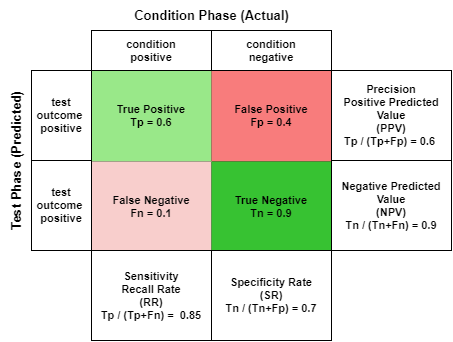
Earlier version of the draw.io export DrawIo/ConfusionMatrixMotDet.png (SmartDogHouse/Report). Source tidied: cells renumbered, new cells last; positions are measured from the earlier drawing's top-left corner, leaving out a move shared by most shapes. Its diagram source:
```xml
<mxGraphModel>
  <root>
    <mxCell id="0" />
    <mxCell id="1" parent="0" />
    <mxCell id="2" style="shape=table;html=1;whiteSpace=wrap;startSize=0;rounded=0;shadow=0;sketch=0;labelBackgroundColor=none;labelBorderColor=none;fillColor=none;fontStyle=1;strokeWidth=1;fontSize=11;" parent="1" vertex="1">
      <mxGeometry x="91" y="70" width="240" height="180" as="geometry" />
    </mxCell>
    <mxCell id="3" style="shape=partialRectangle;html=1;whiteSpace=wrap;top=0;left=0;bottom=0;right=0;labelBackgroundColor=none;labelBorderColor=none;fillColor=none;fontStyle=1;fontSize=11;" parent="2" vertex="1">
      <mxGeometry width="240" height="91" as="geometry" />
    </mxCell>
    <mxCell id="4" value="True Positive&lt;br style=&quot;font-size: 11px;&quot;&gt;Tp = 0.6" style="shape=partialRectangle;html=1;whiteSpace=wrap;top=0;left=0;bottom=0;right=0;overflow=hidden;sketch=0;labelBackgroundColor=none;labelBorderColor=none;strokeColor=#82b366;fontStyle=1;fontSize=11;fillColor=#99E889;" parent="3" vertex="1">
      <mxGeometry width="120" height="91" as="geometry" />
    </mxCell>
    <mxCell id="5" value="False Positive&lt;br style=&quot;font-size: 11px;&quot;&gt;Fp = 0.4" style="shape=partialRectangle;html=1;whiteSpace=wrap;top=0;left=0;bottom=0;right=0;overflow=hidden;labelBackgroundColor=none;labelBorderColor=none;strokeColor=#b85450;fontStyle=1;strokeWidth=1;fontSize=11;fillColor=#F87C7C;" parent="3" vertex="1">
      <mxGeometry x="120" width="120" height="91" as="geometry" />
    </mxCell>
    <mxCell id="6" style="shape=partialRectangle;html=1;whiteSpace=wrap;top=0;left=0;bottom=0;right=0;labelBackgroundColor=none;labelBorderColor=none;fillColor=none;fontStyle=1;fontSize=11;" parent="2" vertex="1">
      <mxGeometry y="91" width="240" height="89" as="geometry" />
    </mxCell>
    <mxCell id="7" value="False Negative&lt;br style=&quot;font-size: 11px;&quot;&gt;Fn = 0.1" style="shape=partialRectangle;html=1;whiteSpace=wrap;top=0;left=0;bottom=0;right=0;overflow=hidden;labelBackgroundColor=none;labelBorderColor=none;fillColor=#f8cecc;strokeColor=#b85450;fontStyle=1;fontSize=11;" parent="6" vertex="1">
      <mxGeometry width="120" height="89" as="geometry" />
    </mxCell>
    <mxCell id="8" value="True Negative&lt;br style=&quot;font-size: 11px;&quot;&gt;Tn = 0.9" style="shape=partialRectangle;html=1;whiteSpace=wrap;top=0;left=0;bottom=0;right=0;overflow=hidden;flipH=1;flipV=1;labelBackgroundColor=none;labelBorderColor=none;strokeColor=#82b366;fontStyle=1;fontSize=11;fillColor=#37C232;" parent="6" vertex="1">
      <mxGeometry x="120" width="120" height="89" as="geometry" />
    </mxCell>
    <mxCell id="9" value="Condition Phase (Actual)" style="text;strokeColor=none;fillColor=none;html=1;fontSize=13;fontStyle=1;verticalAlign=middle;align=center;rounded=0;shadow=0;labelBackgroundColor=none;sketch=0;" parent="1" vertex="1">
      <mxGeometry x="91" width="240" height="30" as="geometry" />
    </mxCell>
    <mxCell id="10" value="condition&lt;br style=&quot;font-size: 11px;&quot;&gt;positive" style="rounded=0;whiteSpace=wrap;html=1;shadow=0;labelBackgroundColor=none;sketch=0;strokeWidth=1;fillColor=none;perimeterSpacing=1;fontStyle=1;fontSize=11;" parent="1" vertex="1">
      <mxGeometry x="91" y="30" width="120" height="40" as="geometry" />
    </mxCell>
    <mxCell id="11" value="Test Phase (Predicted)" style="text;strokeColor=none;fillColor=none;html=1;fontSize=13;fontStyle=1;verticalAlign=middle;align=center;rounded=0;shadow=0;labelBackgroundColor=none;sketch=0;direction=north;horizontal=0;" parent="1" vertex="1">
      <mxGeometry y="70" width="31" height="180" as="geometry" />
    </mxCell>
    <mxCell id="12" value="condition&lt;br style=&quot;font-size: 11px;&quot;&gt;negative" style="rounded=0;whiteSpace=wrap;html=1;shadow=0;labelBackgroundColor=none;sketch=0;strokeWidth=1;fillColor=none;perimeterSpacing=1;fontStyle=1;fontSize=11;" parent="1" vertex="1">
      <mxGeometry x="211" y="30" width="120" height="40" as="geometry" />
    </mxCell>
    <mxCell id="13" value="test&lt;br style=&quot;font-size: 11px;&quot;&gt;outcome&amp;nbsp;&lt;br style=&quot;font-size: 11px;&quot;&gt;positive" style="rounded=0;whiteSpace=wrap;html=1;shadow=0;labelBackgroundColor=none;sketch=0;strokeWidth=1;fillColor=none;perimeterSpacing=1;fontStyle=1;fontSize=11;" parent="1" vertex="1">
      <mxGeometry x="31" y="70" width="60" height="90" as="geometry" />
    </mxCell>
    <mxCell id="14" value="test&lt;br style=&quot;font-size: 11px;&quot;&gt;outcome&amp;nbsp;&lt;br style=&quot;font-size: 11px;&quot;&gt;positive" style="rounded=0;whiteSpace=wrap;html=1;shadow=0;labelBackgroundColor=none;sketch=0;strokeWidth=1;fillColor=none;perimeterSpacing=1;fontStyle=1;fontSize=11;" parent="1" vertex="1">
      <mxGeometry x="31" y="160" width="60" height="90" as="geometry" />
    </mxCell>
    <mxCell id="15" value="Precision&lt;br style=&quot;font-size: 11px&quot;&gt;Positive Predicted Value&lt;br&gt;(PPV)&lt;br style=&quot;font-size: 11px&quot;&gt;Tp / (Tp+Fp) = 0.6&amp;nbsp;" style="rounded=0;whiteSpace=wrap;html=1;shadow=0;labelBackgroundColor=none;sketch=0;fontSize=11;strokeColor=#000000;strokeWidth=1;fillColor=none;fontStyle=1;" parent="1" vertex="1">
      <mxGeometry x="331" y="70" width="120" height="90" as="geometry" />
    </mxCell>
    <mxCell id="16" value="Negative Predicted Value&lt;br style=&quot;font-size: 11px;&quot;&gt;(NPV)&lt;br style=&quot;font-size: 11px;&quot;&gt;Tn / (Tn+Fn) = 0.9" style="rounded=0;whiteSpace=wrap;html=1;shadow=0;labelBackgroundColor=none;sketch=0;fontSize=11;strokeColor=#000000;strokeWidth=1;fillColor=none;fontStyle=1;" parent="1" vertex="1">
      <mxGeometry x="331" y="160" width="120" height="90" as="geometry" />
    </mxCell>
    <mxCell id="17" value="Sensitivity&lt;br style=&quot;font-size: 11px;&quot;&gt;Recall Rate&lt;br style=&quot;font-size: 11px;&quot;&gt;(RR)&lt;br style=&quot;font-size: 11px;&quot;&gt;Tp / (Tp+Fn) =&amp;nbsp; 0.85" style="rounded=0;whiteSpace=wrap;html=1;shadow=0;labelBackgroundColor=none;sketch=0;fontSize=11;strokeColor=#000000;strokeWidth=1;fillColor=none;fontStyle=1;" parent="1" vertex="1">
      <mxGeometry x="91" y="250" width="120" height="90" as="geometry" />
    </mxCell>
    <mxCell id="18" value="Specificity Rate&lt;br style=&quot;font-size: 11px;&quot;&gt;(SR)&lt;br style=&quot;font-size: 11px;&quot;&gt;Tn / (Tn+Fp) = 0.7" style="rounded=0;whiteSpace=wrap;html=1;shadow=0;labelBackgroundColor=none;sketch=0;fontSize=11;strokeColor=#000000;strokeWidth=1;fillColor=none;fontStyle=1;" parent="1" vertex="1">
      <mxGeometry x="211" y="250" width="120" height="90" as="geometry" />
    </mxCell>
  </root>
</mxGraphModel>
```
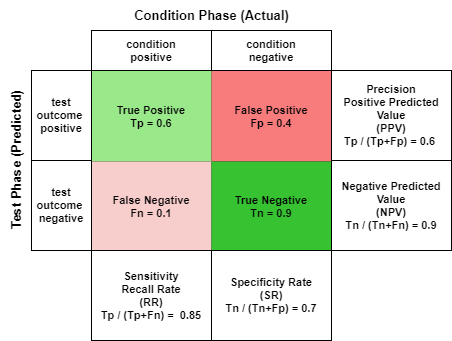
After the change.

The edit, as a diff of the source:
```diff
@@ -38,7 +38,7 @@
     <mxCell id="13" value="test&lt;br style=&quot;font-size: 11px;&quot;&gt;outcome&amp;nbsp;&lt;br style=&quot;font-size: 11px;&quot;&gt;positive" style="rounded=0;whiteSpace=wrap;html=1;shadow=0;labelBackgroundColor=none;sketch=0;strokeWidth=1;fillColor=none;perimeterSpacing=1;fontStyle=1;fontSize=11;" parent="1" vertex="1">
       <mxGeometry x="31" y="70" width="60" height="90" as="geometry" />
     </mxCell>
-    <mxCell id="14" value="test&lt;br style=&quot;font-size: 11px;&quot;&gt;outcome&amp;nbsp;&lt;br style=&quot;font-size: 11px;&quot;&gt;positive" style="rounded=0;whiteSpace=wrap;html=1;shadow=0;labelBackgroundColor=none;sketch=0;strokeWidth=1;fillColor=none;perimeterSpacing=1;fontStyle=1;fontSize=11;" parent="1" vertex="1">
+    <mxCell id="14" value="test&lt;br style=&quot;font-size: 11px&quot;&gt;outcome&amp;nbsp;&lt;br style=&quot;font-size: 11px&quot;&gt;negative" style="rounded=0;whiteSpace=wrap;html=1;shadow=0;labelBackgroundColor=none;sketch=0;strokeWidth=1;fillColor=none;perimeterSpacing=1;fontStyle=1;fontSize=11;" parent="1" vertex="1">
       <mxGeometry x="31" y="160" width="60" height="90" as="geometry" />
     </mxCell>
     <mxCell id="15" value="Precision&lt;br style=&quot;font-size: 11px&quot;&gt;Positive Predicted Value&lt;br&gt;(PPV)&lt;br style=&quot;font-size: 11px&quot;&gt;Tp / (Tp+Fp) = 0.6&amp;nbsp;" style="rounded=0;whiteSpace=wrap;html=1;shadow=0;labelBackgroundColor=none;sketch=0;fontSize=11;strokeColor=#000000;strokeWidth=1;fillColor=none;fontStyle=1;" parent="1" vertex="1">
```
